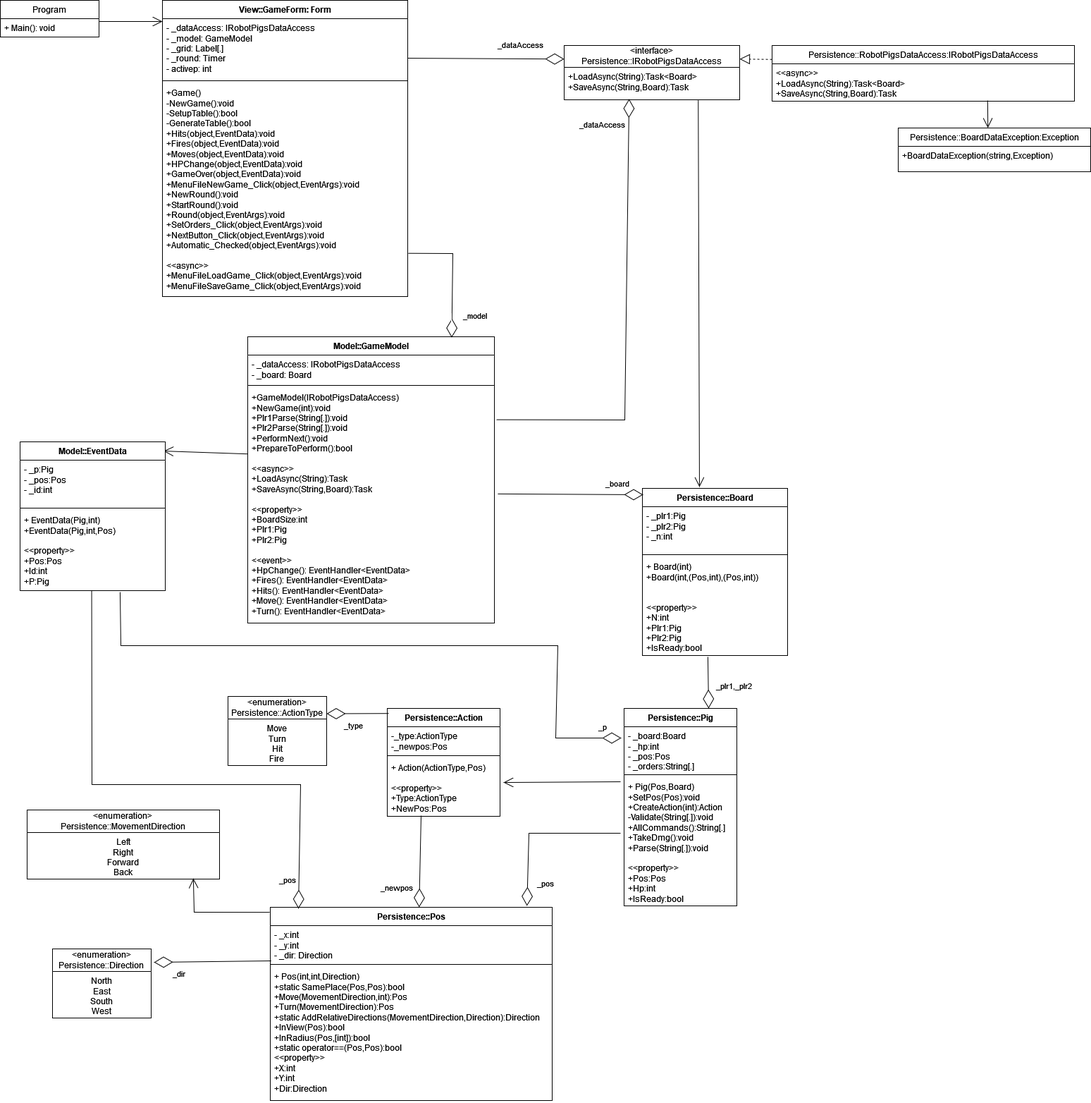
Earlier version of the draw.io export DOKUMENTÁCIÓ/uml.drawio.png (Reun85/esemenyvezbeadando). Source tidied: cells renumbered, new cells last; positions are measured from the earlier drawing's top-left corner, leaving out a move shared by most shapes.
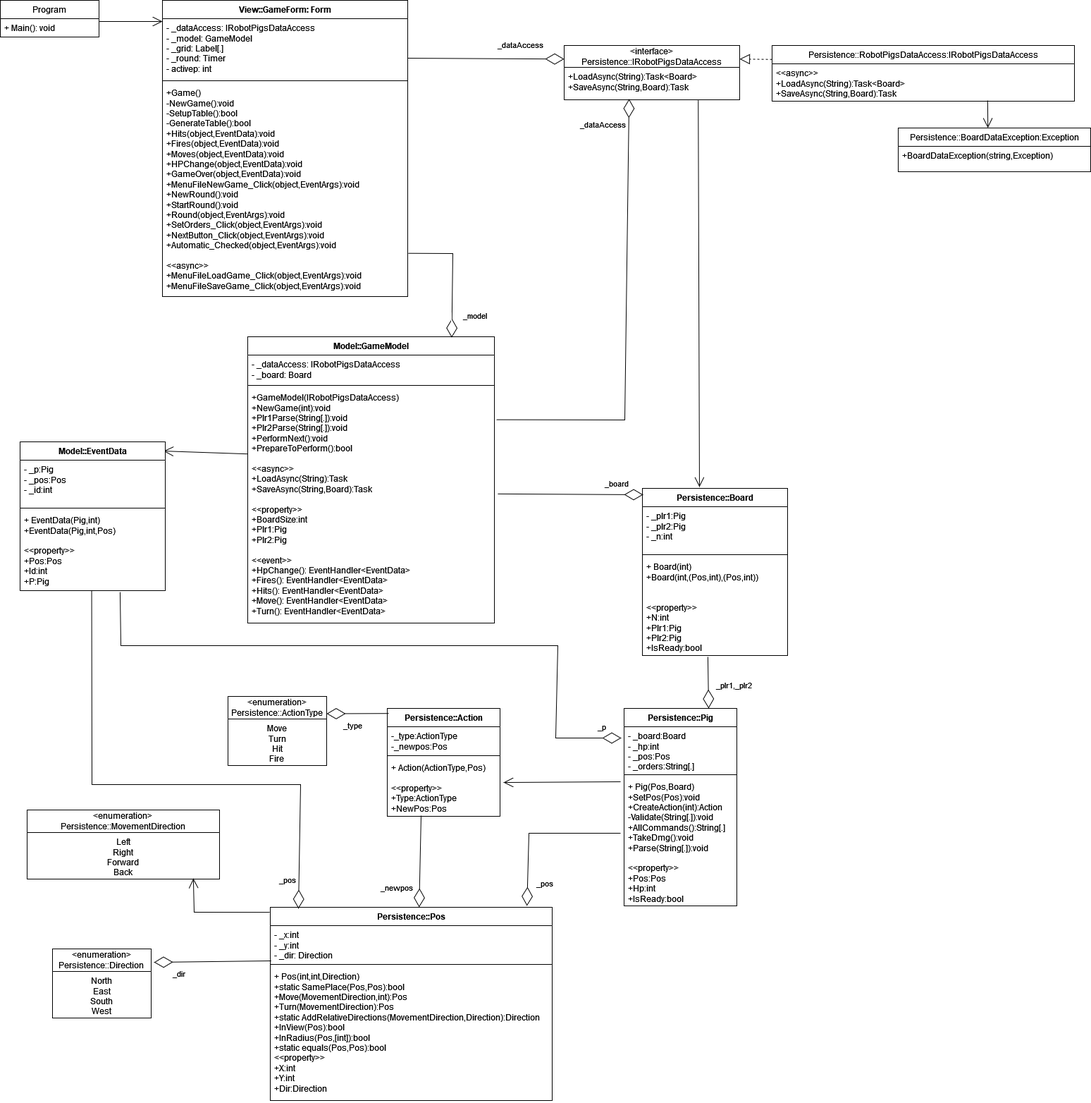
The same file after the commit.

Diff of the diagram source:
```diff
@@ -68,7 +68,7 @@
     <mxCell id="22" style="line;strokeWidth=1;fillColor=none;align=left;verticalAlign=middle;spacingTop=-1;spacingLeft=3;spacingRight=3;labelPosition=right;strokeColor=inherit;" parent="20" vertex="1">
       <mxGeometry y="77" width="400" height="8" as="geometry" />
     </mxCell>
-    <mxCell id="23" value="&lt;div&gt;+ Pos(int,int,Direction)&lt;/div&gt;&lt;div&gt;+static SamePlace(Pos,Pos):bool&lt;/div&gt;&lt;div&gt;+Move(MovementDirection,int):Pos&lt;/div&gt;&lt;div&gt;+Turn(MovementDirection):Pos&lt;/div&gt;&lt;div&gt;+static AddRelativeDirections(MovementDirection,Direction):Direction&lt;/div&gt;&lt;div&gt;+InView(Pos):bool&lt;/div&gt;&lt;div&gt;+InRadius(Pos,[int]):bool&lt;/div&gt;&lt;div&gt;+static operator==(Pos,Pos):bool&lt;br&gt;&lt;/div&gt;&lt;div&gt;&amp;lt;&amp;lt;property&amp;gt;&amp;gt;&lt;/div&gt;&lt;div&gt;+X:int&lt;/div&gt;&lt;div&gt;+Y:int&lt;/div&gt;&lt;div&gt;+Dir:Direction&lt;br&gt;&lt;/div&gt;" style="text;strokeColor=none;fillColor=none;align=left;verticalAlign=top;spacingLeft=4;spacingRight=4;overflow=hidden;whiteSpace=wrap;html=1;" parent="20" vertex="1">
+    <mxCell id="23" value="&lt;div&gt;+ Pos(int,int,Direction)&lt;/div&gt;&lt;div&gt;+static SamePlace(Pos,Pos):bool&lt;/div&gt;&lt;div&gt;+Move(MovementDirection,int):Pos&lt;/div&gt;&lt;div&gt;+Turn(MovementDirection):Pos&lt;/div&gt;&lt;div&gt;+static AddRelativeDirections(MovementDirection,Direction):Direction&lt;/div&gt;&lt;div&gt;+InView(Pos):bool&lt;/div&gt;&lt;div&gt;+InRadius(Pos,[int]):bool&lt;/div&gt;&lt;div&gt;+static equals(Pos,Pos):bool&lt;br&gt;&lt;/div&gt;&lt;div&gt;&amp;lt;&amp;lt;property&amp;gt;&amp;gt;&lt;/div&gt;&lt;div&gt;+X:int&lt;/div&gt;&lt;div&gt;+Y:int&lt;/div&gt;&lt;div&gt;+Dir:Direction&lt;br&gt;&lt;/div&gt;" style="text;strokeColor=none;fillColor=none;align=left;verticalAlign=top;spacingLeft=4;spacingRight=4;overflow=hidden;whiteSpace=wrap;html=1;" parent="20" vertex="1">
       <mxGeometry y="85" width="400" height="189" as="geometry" />
     </mxCell>
     <mxCell id="24" value="&lt;div&gt;&amp;lt;enumeration&amp;gt;&lt;/div&gt;&lt;div&gt;Persistence::MovementDirection&lt;br&gt;&lt;/div&gt;" style="swimlane;fontStyle=0;horizontal=1;startSize=32;fillColor=none;whiteSpace=wrap;html=1;" parent="1" vertex="1">
```
